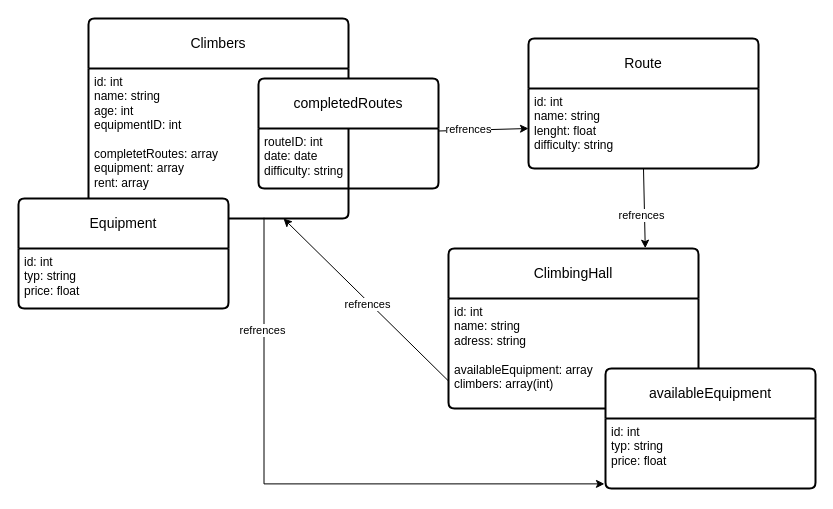
Above: KN-M-02/KN-M-02_B.drawio in AdrianTBZ/M165 (draw.io), before the change. Source tidied: cells renumbered, new cells numbered last; positions are measured from the earlier drawing's top-left corner, leaving out a move shared by most shapes. Both pictures are drawn from the tidied source at 100%, with x=0, y=0 at pixel (18, 18).
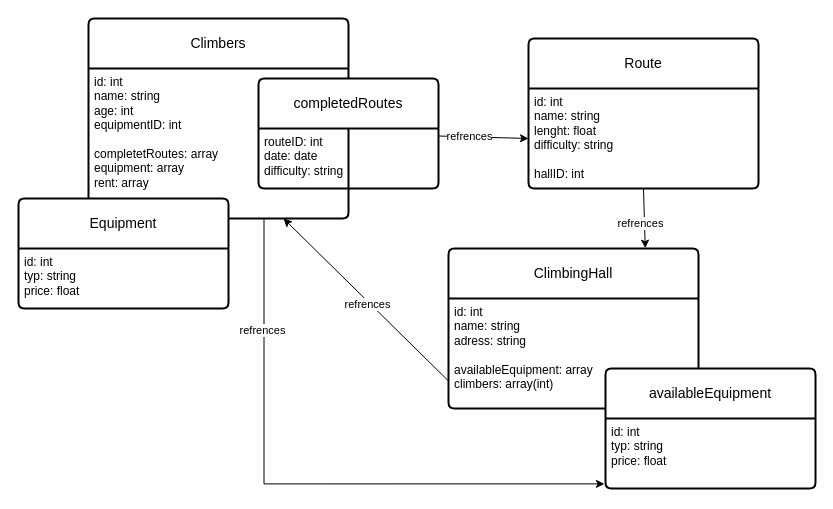
The same diagram, later.

Change to the diagram source:
```diff
@@
     <mxCell id="8" value="Route" style="swimlane;horizontal=1;startSize=50;rounded=1;fontSize=14;fontStyle=0;strokeWidth=2;shadow=0;dashed=0;align=center;arcSize=4;whiteSpace=wrap;html=1;" parent="1" vertex="1">
-      <mxGeometry x="510" y="20" width="230" height="130" as="geometry" />
+      <mxGeometry x="510" y="20" width="230" height="150" as="geometry" />
     </mxCell>
-    <mxCell id="9" value="id: int&lt;div&gt;name: string&lt;/div&gt;&lt;div&gt;lenght: float&lt;/div&gt;&lt;div&gt;difficulty: string&lt;/div&gt;" style="align=left;strokeColor=none;fillColor=none;spacingLeft=4;spacingRight=4;fontSize=12;verticalAlign=top;html=1;whiteSpace=wrap;" parent="8" vertex="1">
-      <mxGeometry y="50" width="230" height="80" as="geometry" />
+    <mxCell id="9" value="id: int&lt;div&gt;name: string&lt;/div&gt;&lt;div&gt;lenght: float&lt;/div&gt;&lt;div&gt;difficulty: string&lt;/div&gt;&lt;div&gt;&lt;br&gt;&lt;/div&gt;&lt;div&gt;hallID: int&lt;/div&gt;&lt;div&gt;&lt;br&gt;&lt;/div&gt;" style="align=left;strokeColor=none;fillColor=none;spacingLeft=4;spacingRight=4;fontSize=12;verticalAlign=top;html=1;whiteSpace=wrap;" parent="8" vertex="1">
+      <mxGeometry y="50" width="230" height="100" as="geometry" />
     </mxCell>
```
